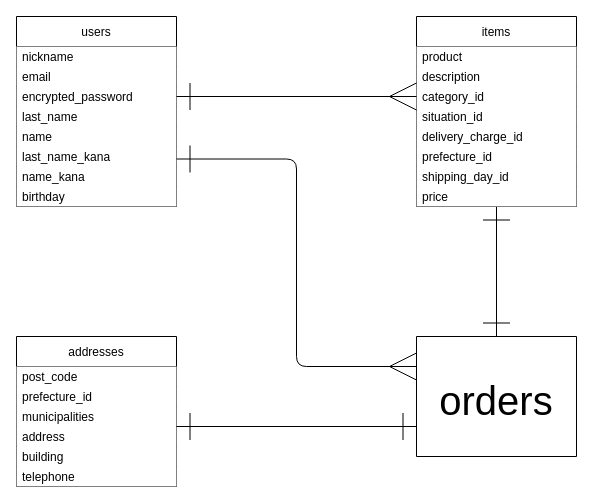
Ryotak41/furima-37084 keeps this draw.io diagram as ER .dio. Above is the earlier version. Source tidied: cells renumbered, new cells numbered last; positions are measured from the earlier drawing's top-left corner, leaving out a move shared by most shapes. Both pictures are drawn from the tidied source at 100%, with x=0, y=0 at pixel (16, 16).
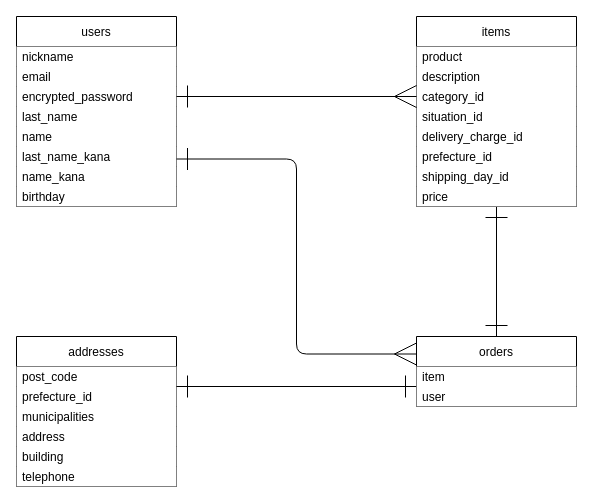
Above is the later version.

Commit message (it also covers changes not shown here):
データベース設計 ER図 修正④

Unchanged cells that the change refers to:
```xml
<mxCell id="2" value="users" style="swimlane;fontStyle=0;horizontal=1;startSize=30;labelBorderColor=none;verticalAlign=middle;" parent="1" vertex="1">
  <mxGeometry width="160" height="190" as="geometry" />
</mxCell>
<mxCell id="12" value="items" style="swimlane;fontStyle=0;horizontal=1;startSize=30;labelBorderColor=none;verticalAlign=middle;" parent="1" vertex="1">
  <mxGeometry x="400" width="160" height="190" as="geometry" />
</mxCell>
<mxCell id="15" value="category_id" style="text;strokeColor=none;fillColor=default;align=left;verticalAlign=middle;spacingLeft=4;spacingRight=4;overflow=hidden;points=[[0,0.5],[1,0.5]];portConstraint=eastwest;labelBorderColor=none;" parent="12" vertex="1">
  <mxGeometry y="70" width="160" height="20" as="geometry" />
</mxCell>
```

Change to the diagram source:
```diff
@@
-    <mxCell id="11" style="edgeStyle=none;html=1;exitX=0.5;exitY=1;exitDx=0;exitDy=0;entryX=0.5;entryY=0;entryDx=0;entryDy=0;endArrow=ERone;endFill=0;startArrow=ERone;startFill=0;endSize=25;startSize=25;" parent="1" edge="1" source="12" target="21">
-      <mxGeometry relative="1" as="geometry" />
+    <mxCell id="11" style="edgeStyle=none;html=1;exitX=0.5;exitY=1;exitDx=0;exitDy=0;entryX=0.5;entryY=0;entryDx=0;entryDy=0;endArrow=ERone;endFill=0;startArrow=ERone;startFill=0;endSize=20;startSize=20;" parent="1" edge="1" source="12">
+      <mxGeometry relative="1" as="geometry">
+        <mxPoint x="480" y="320" as="targetPoint" />
+      </mxGeometry>
     </mxCell>
@@
-    <mxCell id="21" value="orders" style="swimlane;fontStyle=0;horizontal=1;startSize=120;labelBorderColor=none;verticalAlign=middle;fontSize=40;" parent="1" vertex="1">
-      <mxGeometry x="400" y="320" width="160" height="120" as="geometry" />
-    </mxCell>
-    <mxCell id="22" style="endArrow=ERmany;html=1;rounded=0;entryX=0;entryY=0.5;entryDx=0;entryDy=0;endFill=0;endSize=25;startSize=25;strokeColor=default;strokeWidth=1;startArrow=ERone;startFill=0;" parent="1" edge="1" target="15">
+    <mxCell id="22" style="endArrow=ERmany;html=1;rounded=0;entryX=0;entryY=0.5;entryDx=0;entryDy=0;endFill=0;endSize=20;startSize=20;strokeColor=default;strokeWidth=1;startArrow=ERone;startFill=0;" parent="1" edge="1" target="15">
       <mxGeometry relative="1" as="geometry">
         <mxPoint x="160" y="80" as="sourcePoint" />
       </mxGeometry>
     </mxCell>
@@
-    <mxCell id="30" style="edgeStyle=elbowEdgeStyle;elbow=horizontal;endArrow=ERmany;html=1;startSize=25;endSize=25;exitX=1;exitY=0.75;exitDx=0;exitDy=0;endFill=0;startArrow=ERone;startFill=0;entryX=0;entryY=0.25;entryDx=0;entryDy=0;" parent="1" edge="1" source="2" target="21">
+    <mxCell id="30" style="edgeStyle=elbowEdgeStyle;elbow=horizontal;endArrow=ERmany;html=1;startSize=20;endSize=20;exitX=1;exitY=0.75;exitDx=0;exitDy=0;endFill=0;startArrow=ERone;startFill=0;entryX=0;entryY=0.25;entryDx=0;entryDy=0;sourcePerimeterSpacing=0;" parent="1" edge="1" source="2" target="21">
       <mxGeometry relative="1" as="geometry">
         <Array as="points">
+          <mxPoint x="280" y="320" />
+          <mxPoint x="280" y="240" />
           <mxPoint x="280" y="310" />
           <mxPoint x="280" y="270" />
           <mxPoint x="240" y="340" />
           <mxPoint x="240" y="260" />
         </Array>
       </mxGeometry>
     </mxCell>
-    <mxCell id="31" style="endArrow=ERone;html=1;rounded=0;entryX=0;entryY=0.5;entryDx=0;entryDy=0;endFill=0;endSize=25;startSize=25;strokeColor=default;strokeWidth=1;startArrow=ERone;startFill=0;" parent="1" edge="1">
+    <mxCell id="31" style="endArrow=ERone;html=1;rounded=0;entryX=0;entryY=0.5;entryDx=0;entryDy=0;endFill=0;endSize=20;startSize=20;strokeColor=default;strokeWidth=1;startArrow=ERone;startFill=0;" parent="1" edge="1">
       <mxGeometry relative="1" as="geometry">
-        <mxPoint x="160" y="410" as="sourcePoint" />
-        <mxPoint x="400" y="410" as="targetPoint" />
+        <mxPoint x="160" y="370" as="sourcePoint" />
+        <mxPoint x="400" y="370" as="targetPoint" />
       </mxGeometry>
     </mxCell>
+    <mxCell id="21" value="orders" style="swimlane;fontStyle=0;horizontal=1;startSize=30;labelBorderColor=none;verticalAlign=middle;" parent="1" vertex="1">
+      <mxGeometry x="400" y="320" width="160" height="70" as="geometry" />
+    </mxCell>
+    <mxCell id="32" value="item" style="text;strokeColor=none;fillColor=default;align=left;verticalAlign=middle;spacingLeft=4;spacingRight=4;overflow=hidden;labelBorderColor=none;" parent="21" vertex="1">
+      <mxGeometry y="30" width="160" height="20" as="geometry" />
+    </mxCell>
+    <mxCell id="33" value="user" style="text;strokeColor=none;fillColor=default;align=left;verticalAlign=middle;spacingLeft=4;spacingRight=4;overflow=hidden;labelBorderColor=none;" parent="21" vertex="1">
+      <mxGeometry y="50" width="160" height="20" as="geometry" />
+    </mxCell>
```
